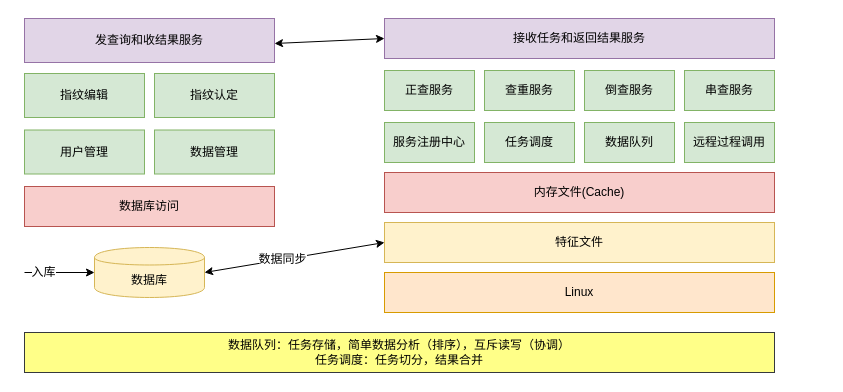
Above: 系统架构.drawio in gray2blue/Sudoku (draw.io), before the change. Source tidied: cells renumbered, new cells numbered last; positions are measured from the earlier drawing's top-left corner, leaving out a move shared by most shapes. Both pictures are drawn from the tidied source at 100%, with x=0, y=0 at pixel (24, 18).
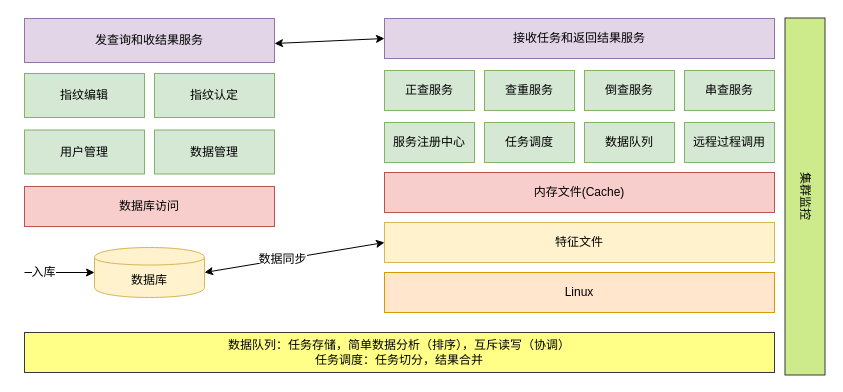
The same diagram, later.

Diff of the diagram source:
```diff
@@
+    <mxCell id="27" value="集群监控&lt;br&gt;" style="rounded=0;whiteSpace=wrap;html=1;fillColor=#cdeb8b;strokeColor=#36393d;rotation=90;" parent="1" vertex="1">
+      <mxGeometry x="602" y="158" width="357" height="40" as="geometry" />
+    </mxCell>
```
